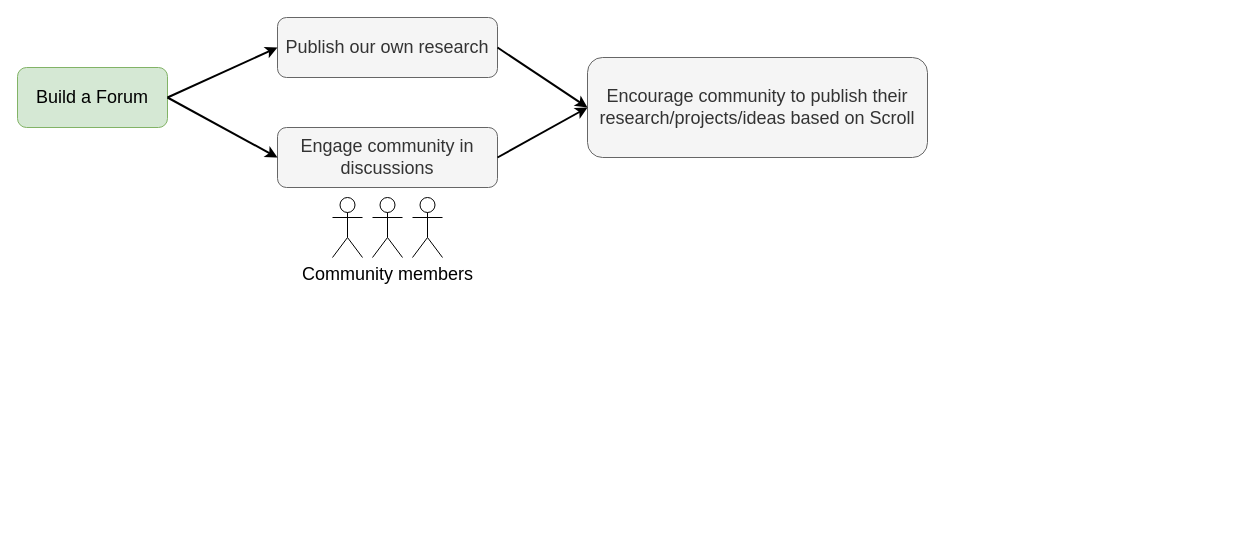
Before: ecosystem.drawio in 0xyicheng/a-research-diagram, a draw.io diagram. Source tidied: cells renumbered, new cells numbered last; positions are measured from the earlier drawing's top-left corner, leaving out a move shared by most shapes. Both pictures are drawn from the tidied source at 100%, with x=0, y=0 at pixel (17, 17).
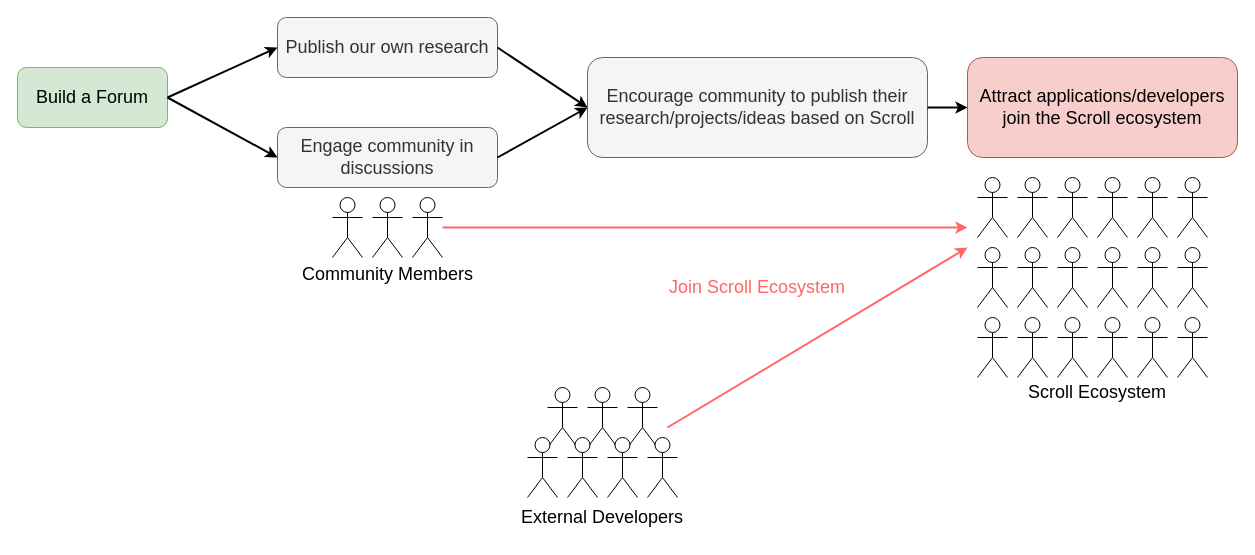
The same diagram, later.

The change refers to these unchanged cells:
```xml
<mxCell id="9" style="shape=umlActor;verticalLabelPosition=bottom;verticalAlign=top;html=1;outlineConnect=0;fontSize=18;" parent="1" vertex="1">
  <mxGeometry x="395" y="180" width="30" height="60" as="geometry" />
</mxCell>
<mxCell id="10" value="&lt;span style=&quot;font-size: 18px;&quot;&gt;Encourage community to publish their research/projects/ideas based on Scroll&lt;/span&gt;" style="rounded=1;whiteSpace=wrap;html=1;fillColor=#f5f5f5;fontColor=#333333;strokeColor=#666666;" parent="1" vertex="1">
  <mxGeometry x="570" y="40" width="340" height="100" as="geometry" />
</mxCell>
```

Diff of the diagram source:
```diff
@@
-    <mxCell id="7" value="Community members" style="shape=umlActor;verticalLabelPosition=bottom;verticalAlign=top;html=1;fontSize=18;" parent="1" vertex="1">
+    <mxCell id="7" value="Community Members" style="shape=umlActor;verticalLabelPosition=bottom;verticalAlign=top;html=1;fontSize=18;" parent="1" vertex="1">
       <mxGeometry x="355" y="180" width="30" height="60" as="geometry" />
     </mxCell>
@@
+    <mxCell id="13" value="&lt;span style=&quot;font-size: 18px;&quot;&gt;Attract applications/developers join the Scroll ecosystem&lt;/span&gt;" style="rounded=1;whiteSpace=wrap;html=1;fillColor=#f8cecc;strokeColor=#b85450;" parent="1" vertex="1">
+      <mxGeometry x="950" y="40" width="270" height="100" as="geometry" />
+    </mxCell>
+    <mxCell id="14" style="shape=umlActor;verticalLabelPosition=bottom;verticalAlign=top;html=1;fontSize=18;" parent="1" vertex="1">
+      <mxGeometry x="960" y="160" width="30" height="60" as="geometry" />
+    </mxCell>
+    <mxCell id="15" style="shape=umlActor;verticalLabelPosition=bottom;verticalAlign=top;html=1;fontSize=18;" parent="1" vertex="1">
+      <mxGeometry x="1000" y="160" width="30" height="60" as="geometry" />
+    </mxCell>
+    <mxCell id="16" style="shape=umlActor;verticalLabelPosition=bottom;verticalAlign=top;html=1;fontSize=18;" parent="1" vertex="1">
+      <mxGeometry x="1040" y="160" width="30" height="60" as="geometry" />
+    </mxCell>
+    <mxCell id="17" style="shape=umlActor;verticalLabelPosition=bottom;verticalAlign=top;html=1;fontSize=18;" parent="1" vertex="1">
+      <mxGeometry x="1080" y="160" width="30" height="60" as="geometry" />
+    </mxCell>
+    <mxCell id="18" style="shape=umlActor;verticalLabelPosition=bottom;verticalAlign=top;html=1;fontSize=18;" parent="1" vertex="1">
+      <mxGeometry x="1120" y="160" width="30" height="60" as="geometry" />
+    </mxCell>
+    <mxCell id="19" style="shape=umlActor;verticalLabelPosition=bottom;verticalAlign=top;html=1;fontSize=18;" parent="1" vertex="1">
+      <mxGeometry x="1160" y="160" width="30" height="60" as="geometry" />
+    </mxCell>
+    <mxCell id="20" style="shape=umlActor;verticalLabelPosition=bottom;verticalAlign=top;html=1;fontSize=18;" parent="1" vertex="1">
+      <mxGeometry x="960" y="230" width="30" height="60" as="geometry" />
+    </mxCell>
+    <mxCell id="21" style="shape=umlActor;verticalLabelPosition=bottom;verticalAlign=top;html=1;fontSize=18;" parent="1" vertex="1">
+      <mxGeometry x="1000" y="230" width="30" height="60" as="geometry" />
+    </mxCell>
+    <mxCell id="22" style="shape=umlActor;verticalLabelPosition=bottom;verticalAlign=top;html=1;fontSize=18;" parent="1" vertex="1">
+      <mxGeometry x="1040" y="230" width="30" height="60" as="geometry" />
+    </mxCell>
+    <mxCell id="23" style="shape=umlActor;verticalLabelPosition=bottom;verticalAlign=top;html=1;fontSize=18;" parent="1" vertex="1">
+      <mxGeometry x="1080" y="230" width="30" height="60" as="geometry" />
+    </mxCell>
+    <mxCell id="24" style="shape=umlActor;verticalLabelPosition=bottom;verticalAlign=top;html=1;fontSize=18;" parent="1" vertex="1">
+      <mxGeometry x="1120" y="230" width="30" height="60" as="geometry" />
+    </mxCell>
+    <mxCell id="25" style="shape=umlActor;verticalLabelPosition=bottom;verticalAlign=top;html=1;fontSize=18;" parent="1" vertex="1">
+      <mxGeometry x="1160" y="230" width="30" height="60" as="geometry" />
+    </mxCell>
+    <mxCell id="26" style="shape=umlActor;verticalLabelPosition=bottom;verticalAlign=top;html=1;fontSize=18;" parent="1" vertex="1">
+      <mxGeometry x="530" y="370" width="30" height="60" as="geometry" />
+    </mxCell>
+    <mxCell id="27" style="shape=umlActor;verticalLabelPosition=bottom;verticalAlign=top;html=1;fontSize=18;" parent="1" vertex="1">
+      <mxGeometry x="570" y="370" width="30" height="60" as="geometry" />
+    </mxCell>
+    <mxCell id="28" style="shape=umlActor;verticalLabelPosition=bottom;verticalAlign=top;html=1;fontSize=18;" parent="1" vertex="1">
+      <mxGeometry x="610" y="370" width="30" height="60" as="geometry" />
+    </mxCell>
+    <mxCell id="29" style="shape=umlActor;verticalLabelPosition=bottom;verticalAlign=top;html=1;fontSize=18;" parent="1" vertex="1">
+      <mxGeometry x="550" y="420" width="30" height="60" as="geometry" />
+    </mxCell>
+    <mxCell id="30" style="shape=umlActor;verticalLabelPosition=bottom;verticalAlign=top;html=1;fontSize=18;" parent="1" vertex="1">
+      <mxGeometry x="590" y="420" width="30" height="60" as="geometry" />
+    </mxCell>
+    <mxCell id="31" style="shape=umlActor;verticalLabelPosition=bottom;verticalAlign=top;html=1;fontSize=18;" parent="1" vertex="1">
+      <mxGeometry x="510" y="420" width="30" height="60" as="geometry" />
+    </mxCell>
+    <mxCell id="32" style="shape=umlActor;verticalLabelPosition=bottom;verticalAlign=top;html=1;fontSize=18;" parent="1" vertex="1">
+      <mxGeometry x="630" y="420" width="30" height="60" as="geometry" />
+    </mxCell>
+    <mxCell id="33" value="&lt;span style=&quot;&quot;&gt;External Developers&lt;/span&gt;" style="text;html=1;strokeColor=none;fillColor=none;align=center;verticalAlign=middle;whiteSpace=wrap;rounded=0;fontSize=18;" parent="1" vertex="1">
+      <mxGeometry x="490" y="480" width="190" height="40" as="geometry" />
+    </mxCell>
+    <mxCell id="34" style="endArrow=classic;html=1;rounded=0;strokeWidth=2;fontSize=18;strokeColor=#FF6666;" parent="1" edge="1" source="9">
+      <mxGeometry relative="1" as="geometry">
+        <mxPoint x="950" y="210" as="targetPoint" />
+      </mxGeometry>
+    </mxCell>
+    <mxCell id="35" style="endArrow=classic;html=1;rounded=0;strokeWidth=2;fontSize=18;strokeColor=#FF6666;" parent="1" edge="1">
+      <mxGeometry relative="1" as="geometry">
+        <mxPoint x="650" y="410" as="sourcePoint" />
+        <mxPoint x="950" y="230" as="targetPoint" />
+      </mxGeometry>
+    </mxCell>
+    <mxCell id="36" value="&lt;font color=&quot;#ff6666&quot;&gt;Join Scroll Ecosystem&lt;/font&gt;" style="text;html=1;strokeColor=none;fillColor=none;align=center;verticalAlign=middle;whiteSpace=wrap;rounded=0;fontSize=18;" parent="1" vertex="1">
+      <mxGeometry x="635" y="255" width="210" height="30" as="geometry" />
+    </mxCell>
+    <mxCell id="37" style="shape=umlActor;verticalLabelPosition=bottom;verticalAlign=top;html=1;fontSize=18;" parent="1" vertex="1">
+      <mxGeometry x="960" y="300" width="30" height="60" as="geometry" />
+    </mxCell>
+    <mxCell id="38" style="shape=umlActor;verticalLabelPosition=bottom;verticalAlign=top;html=1;fontSize=18;" parent="1" vertex="1">
+      <mxGeometry x="1000" y="300" width="30" height="60" as="geometry" />
+    </mxCell>
+    <mxCell id="39" style="shape=umlActor;verticalLabelPosition=bottom;verticalAlign=top;html=1;fontSize=18;" parent="1" vertex="1">
+      <mxGeometry x="1040" y="300" width="30" height="60" as="geometry" />
+    </mxCell>
+    <mxCell id="40" style="shape=umlActor;verticalLabelPosition=bottom;verticalAlign=top;html=1;fontSize=18;" parent="1" vertex="1">
+      <mxGeometry x="1080" y="300" width="30" height="60" as="geometry" />
+    </mxCell>
+    <mxCell id="41" style="shape=umlActor;verticalLabelPosition=bottom;verticalAlign=top;html=1;fontSize=18;" parent="1" vertex="1">
+      <mxGeometry x="1120" y="300" width="30" height="60" as="geometry" />
+    </mxCell>
+    <mxCell id="42" style="shape=umlActor;verticalLabelPosition=bottom;verticalAlign=top;html=1;fontSize=18;" parent="1" vertex="1">
+      <mxGeometry x="1160" y="300" width="30" height="60" as="geometry" />
+    </mxCell>
+    <mxCell id="43" value="Scroll Ecosystem" style="text;html=1;strokeColor=none;fillColor=none;align=center;verticalAlign=middle;whiteSpace=wrap;rounded=0;fontSize=18;fontColor=#000000;" parent="1" vertex="1">
+      <mxGeometry x="990" y="360" width="180" height="30" as="geometry" />
+    </mxCell>
+    <mxCell id="44" style="endArrow=classic;html=1;rounded=0;strokeWidth=2;fontSize=18;exitX=1;exitY=0.5;exitDx=0;exitDy=0;entryX=0;entryY=0.5;entryDx=0;entryDy=0;" parent="1" edge="1" source="10" target="13">
+      <mxGeometry relative="1" as="geometry" />
+    </mxCell>
```
